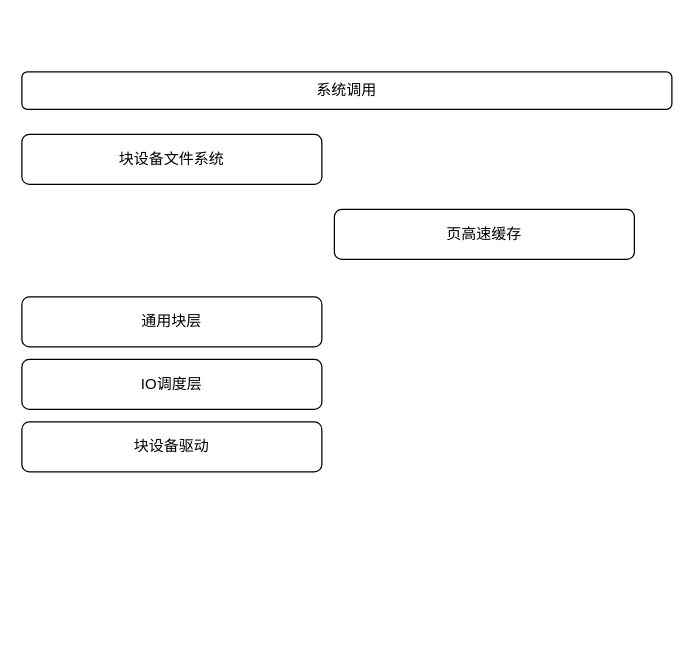
This is page "IO栈" (2 of 2) of storage.drawio from Aspiresky/draw.io, a draw.io file, before an edit. Source tidied: cells renumbered, new cells numbered last; positions are measured from the earlier drawing's top-left corner, leaving out a move shared by most shapes. Both pictures are drawn from the tidied source at 125%, with x=0, y=0 at pixel (21, 71).
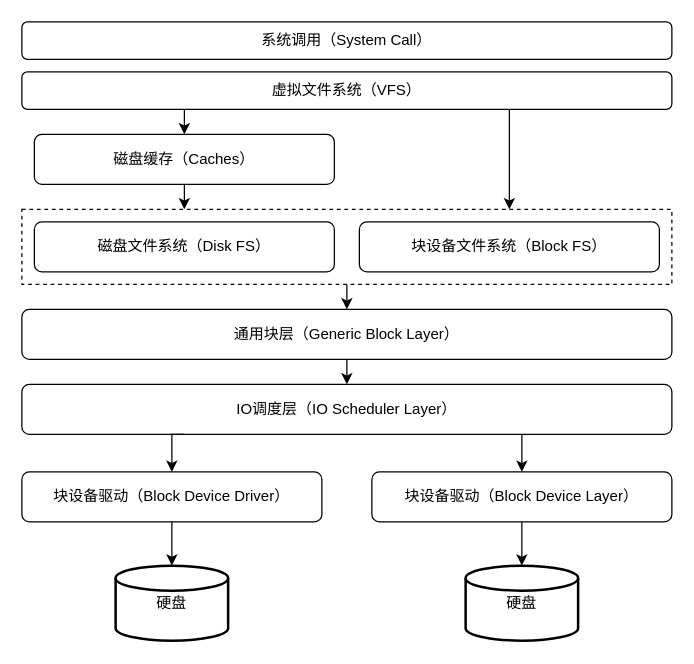
After the change.

What changed in the source:
```diff
@@
+    <mxCell id="8" style="edgeStyle=orthogonalEdgeStyle;rounded=0;jettySize=auto;html=1;exitX=0.25;exitY=1;exitDx=0;exitDy=0;entryX=0.5;entryY=0;entryDx=0;entryDy=0;" parent="1" edge="1" source="2" target="6">
+      <mxGeometry relative="1" as="geometry" />
+    </mxCell>
+    <mxCell id="9" style="edgeStyle=orthogonalEdgeStyle;rounded=0;jettySize=auto;html=1;exitX=0.75;exitY=1;exitDx=0;exitDy=0;entryX=0.75;entryY=0;entryDx=0;entryDy=0;" parent="1" edge="1" source="2" target="14">
+      <mxGeometry relative="1" as="geometry" />
+    </mxCell>
-    <mxCell id="2" value="系统调用" style="rounded=1;whiteSpace=wrap;html=1;" parent="1" vertex="1">
+    <mxCell id="2" value="虚拟文件系统（VFS）" style="rounded=1;whiteSpace=wrap;html=1;" parent="1" vertex="1">
       <mxGeometry width="520" height="30" as="geometry" />
     </mxCell>
+    <mxCell id="10" style="edgeStyle=orthogonalEdgeStyle;rounded=0;jettySize=auto;html=1;exitX=0.5;exitY=1;exitDx=0;exitDy=0;entryX=0.5;entryY=0;entryDx=0;entryDy=0;" parent="1" edge="1" source="3" target="4">
+      <mxGeometry relative="1" as="geometry" />
+    </mxCell>
-    <mxCell id="3" value="通用块层" style="rounded=1;whiteSpace=wrap;html=1;" parent="1" vertex="1">
-      <mxGeometry y="180" width="240" height="40" as="geometry" />
+    <mxCell id="3" value="通用块层（Generic Block Layer）" style="rounded=1;whiteSpace=wrap;html=1;" parent="1" vertex="1">
+      <mxGeometry y="190" width="520" height="40" as="geometry" />
     </mxCell>
+    <mxCell id="11" style="edgeStyle=orthogonalEdgeStyle;rounded=0;jettySize=auto;html=1;exitX=0.75;exitY=1;exitDx=0;exitDy=0;entryX=0.5;entryY=0;entryDx=0;entryDy=0;" parent="1" edge="1" source="4" target="17">
+      <mxGeometry relative="1" as="geometry" />
+    </mxCell>
-    <mxCell id="4" value="IO调度层" style="rounded=1;whiteSpace=wrap;html=1;" parent="1" vertex="1">
-      <mxGeometry y="230" width="240" height="40" as="geometry" />
+    <mxCell id="4" value="IO调度层（IO Scheduler Layer）" style="rounded=1;whiteSpace=wrap;html=1;" parent="1" vertex="1">
+      <mxGeometry y="250" width="520" height="40" as="geometry" />
     </mxCell>
-    <mxCell id="5" value="块设备驱动" style="rounded=1;whiteSpace=wrap;html=1;" parent="1" vertex="1">
-      <mxGeometry y="280" width="240" height="40" as="geometry" />
+    <mxCell id="5" value="块设备驱动（Block Device Driver）" style="rounded=1;whiteSpace=wrap;html=1;" parent="1" vertex="1">
+      <mxGeometry y="320" width="240" height="40" as="geometry" />
     </mxCell>
+    <mxCell id="12" style="edgeStyle=orthogonalEdgeStyle;rounded=0;jettySize=auto;html=1;exitX=0.5;exitY=1;exitDx=0;exitDy=0;entryX=0.25;entryY=0;entryDx=0;entryDy=0;" parent="1" edge="1" source="6" target="14">
+      <mxGeometry relative="1" as="geometry" />
+    </mxCell>
-    <mxCell id="6" value="块设备文件系统" style="rounded=1;whiteSpace=wrap;html=1;" parent="1" vertex="1">
-      <mxGeometry y="50" width="240" height="40" as="geometry" />
+    <mxCell id="6" value="磁盘缓存（Caches）" style="rounded=1;whiteSpace=wrap;html=1;" parent="1" vertex="1">
+      <mxGeometry x="10" y="50" width="240" height="40" as="geometry" />
     </mxCell>
-    <mxCell id="7" value="页高速缓存" style="rounded=1;whiteSpace=wrap;html=1;" parent="1" vertex="1">
-      <mxGeometry x="250" y="110" width="240" height="40" as="geometry" />
-    </mxCell>
+    <mxCell id="13" style="edgeStyle=orthogonalEdgeStyle;rounded=0;jettySize=auto;html=1;exitX=0.5;exitY=1;exitDx=0;exitDy=0;entryX=0.5;entryY=0;entryDx=0;entryDy=0;" parent="1" edge="1" source="14" target="3">
+      <mxGeometry relative="1" as="geometry" />
+    </mxCell>
+    <mxCell id="14" style="rounded=0;whiteSpace=wrap;html=1;dashed=1;" parent="1" vertex="1">
+      <mxGeometry y="110" width="520" height="60" as="geometry" />
+    </mxCell>
+    <mxCell id="15" value="磁盘文件系统（Disk FS）" style="rounded=1;whiteSpace=wrap;html=1;" parent="1" vertex="1">
+      <mxGeometry x="10" y="120" width="240" height="40" as="geometry" />
+    </mxCell>
+    <mxCell id="16" value="块设备文件系统（Block FS）" style="rounded=1;whiteSpace=wrap;html=1;" parent="1" vertex="1">
+      <mxGeometry x="270" y="120" width="240" height="40" as="geometry" />
+    </mxCell>
+    <mxCell id="17" value="块设备驱动（Block Device Layer）" style="rounded=1;whiteSpace=wrap;html=1;" parent="1" vertex="1">
+      <mxGeometry x="280" y="320" width="240" height="40" as="geometry" />
+    </mxCell>
+    <mxCell id="18" value="硬盘" style="strokeWidth=2;html=1;shape=mxgraph.flowchart.database;whiteSpace=wrap;" parent="1" vertex="1">
+      <mxGeometry x="75" y="395" width="90" height="60" as="geometry" />
+    </mxCell>
+    <mxCell id="19" value="硬盘" style="strokeWidth=2;html=1;shape=mxgraph.flowchart.database;whiteSpace=wrap;" parent="1" vertex="1">
+      <mxGeometry x="355" y="395" width="90" height="60" as="geometry" />
+    </mxCell>
+    <mxCell id="20" style="edgeStyle=orthogonalEdgeStyle;rounded=0;jettySize=auto;html=1;exitX=0.25;exitY=1;exitDx=0;exitDy=0;entryX=0.5;entryY=0;entryDx=0;entryDy=0;" parent="1" edge="1" source="4" target="5">
+      <mxGeometry relative="1" as="geometry" />
+    </mxCell>
+    <mxCell id="21" style="edgeStyle=orthogonalEdgeStyle;rounded=0;jettySize=auto;html=1;exitX=0.5;exitY=1;exitDx=0;exitDy=0;entryX=0.5;entryY=0;entryDx=0;entryDy=0;entryPerimeter=0;" parent="1" edge="1" source="5" target="18">
+      <mxGeometry relative="1" as="geometry" />
+    </mxCell>
+    <mxCell id="22" style="edgeStyle=orthogonalEdgeStyle;rounded=0;jettySize=auto;html=1;exitX=0.5;exitY=1;exitDx=0;exitDy=0;entryX=0.5;entryY=0;entryDx=0;entryDy=0;entryPerimeter=0;" parent="1" edge="1" source="17" target="19">
+      <mxGeometry relative="1" as="geometry" />
+    </mxCell>
+    <mxCell id="23" value="系统调用（System Call）" style="rounded=1;whiteSpace=wrap;html=1;" parent="1" vertex="1">
+      <mxGeometry y="-40" width="520" height="30" as="geometry" />
+    </mxCell>
```
